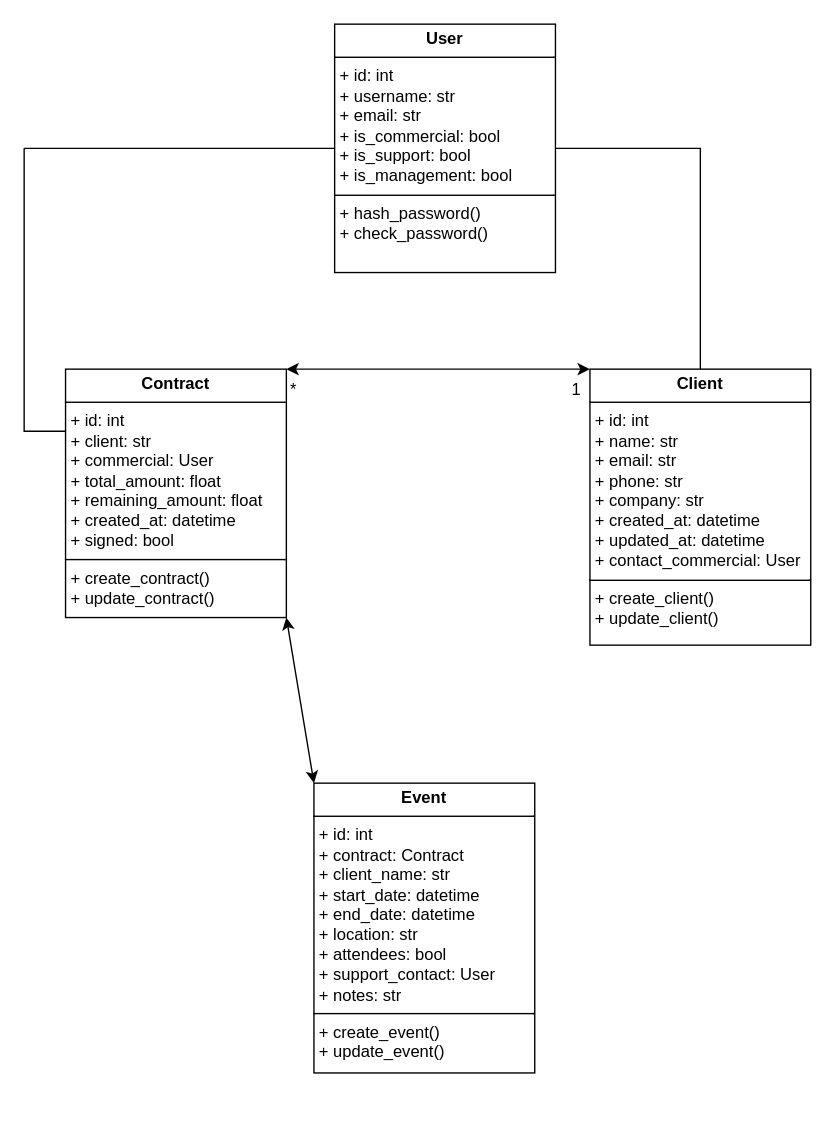
The draw.io diagram UML_Epic_Events.drawio in siwax74/P13_SECURE_MYSQL_EPIC_EVENTS, before the edit. Source tidied: cells renumbered, new cells numbered last; positions are measured from the earlier drawing's top-left corner, leaving out a move shared by most shapes. Both pictures are drawn from the tidied source at 138%, with x=0, y=0 at pixel (23, 23).
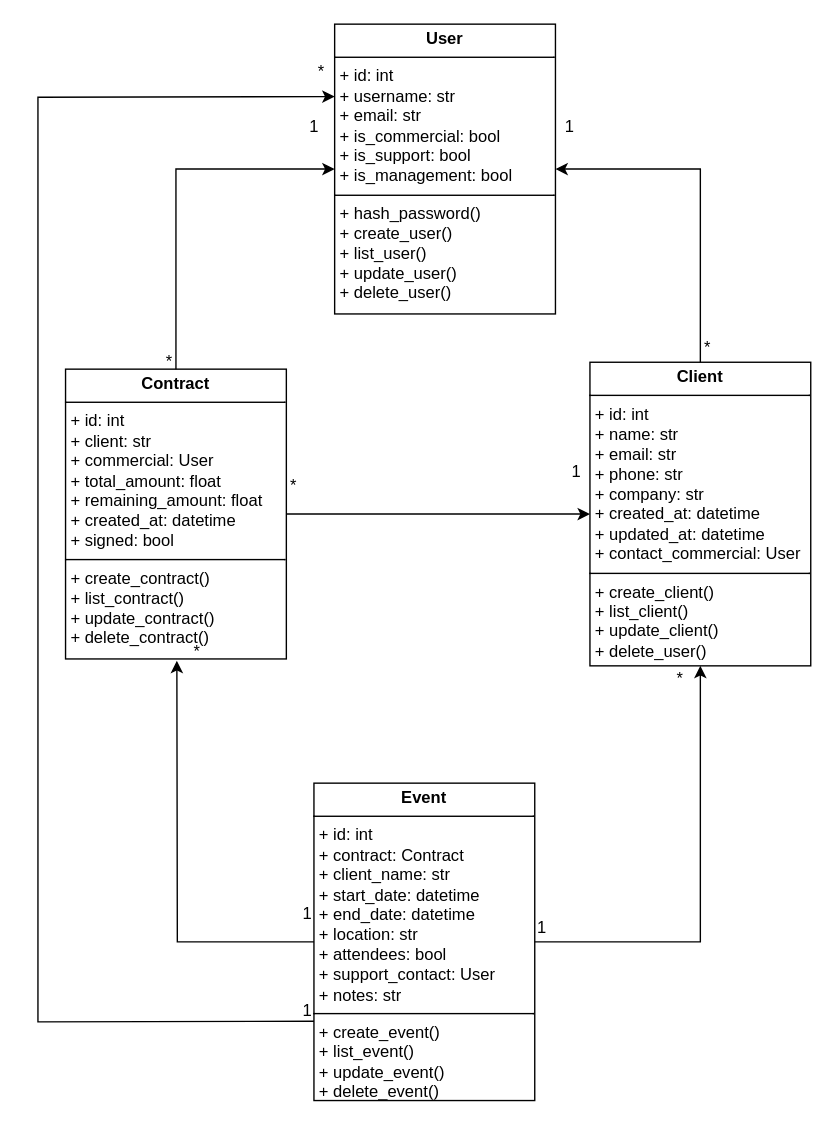
Above is the later version.

Change to the diagram source:
```diff
@@
-    <mxCell id="2" value="&lt;p style=&quot;margin:0px;margin-top:4px;text-align:center;&quot;&gt;&lt;b&gt;User&lt;/b&gt;&lt;/p&gt;&lt;hr size=&quot;1&quot; style=&quot;border-style:solid;&quot;&gt;&lt;p style=&quot;margin:0px;margin-left:4px;&quot;&gt;+ id: int&lt;/p&gt;&lt;p style=&quot;margin:0px;margin-left:4px;&quot;&gt;+ username: str&lt;/p&gt;&lt;p style=&quot;margin:0px;margin-left:4px;&quot;&gt;+ email: str&lt;/p&gt;&lt;p style=&quot;margin:0px;margin-left:4px;&quot;&gt;+ is_commercial: bool&lt;/p&gt;&lt;p style=&quot;margin:0px;margin-left:4px;&quot;&gt;+ is_support: bool&lt;/p&gt;&lt;p style=&quot;margin:0px;margin-left:4px;&quot;&gt;+ is_management: bool&lt;/p&gt;&lt;hr size=&quot;1&quot; style=&quot;border-style:solid;&quot;&gt;&lt;p style=&quot;margin:0px;margin-left:4px;&quot;&gt;+ hash_password()&lt;/p&gt;&lt;p style=&quot;margin:0px;margin-left:4px;&quot;&gt;+ check_password()&lt;/p&gt;" style="verticalAlign=top;align=left;overflow=fill;html=1;whiteSpace=wrap;" parent="1" vertex="1">
-      <mxGeometry x="225" width="160" height="180" as="geometry" />
+    <mxCell id="2" value="&lt;p style=&quot;margin:0px;margin-top:4px;text-align:center;&quot;&gt;&lt;b&gt;User&lt;/b&gt;&lt;/p&gt;&lt;hr size=&quot;1&quot; style=&quot;border-style:solid;&quot;&gt;&lt;p style=&quot;margin:0px;margin-left:4px;&quot;&gt;+ id: int&lt;/p&gt;&lt;p style=&quot;margin:0px;margin-left:4px;&quot;&gt;+ username: str&lt;/p&gt;&lt;p style=&quot;margin:0px;margin-left:4px;&quot;&gt;+ email: str&lt;/p&gt;&lt;p style=&quot;margin:0px;margin-left:4px;&quot;&gt;+ is_commercial: bool&lt;/p&gt;&lt;p style=&quot;margin:0px;margin-left:4px;&quot;&gt;+ is_support: bool&lt;/p&gt;&lt;p style=&quot;margin:0px;margin-left:4px;&quot;&gt;+ is_management: bool&lt;/p&gt;&lt;hr size=&quot;1&quot; style=&quot;border-style:solid;&quot;&gt;&lt;p style=&quot;margin:0px;margin-left:4px;&quot;&gt;+ hash_password()&lt;/p&gt;&lt;p style=&quot;margin:0px;margin-left:4px;&quot;&gt;+ create_user()&lt;/p&gt;&lt;p style=&quot;margin:0px;margin-left:4px;&quot;&gt;+ list_user()&lt;/p&gt;&lt;p style=&quot;margin:0px;margin-left:4px;&quot;&gt;+ update_user()&lt;/p&gt;&lt;p style=&quot;margin:0px;margin-left:4px;&quot;&gt;+ delete_user()&lt;/p&gt;" style="verticalAlign=top;align=left;overflow=fill;html=1;whiteSpace=wrap;" parent="1" vertex="1">
+      <mxGeometry x="225" width="160" height="210" as="geometry" />
     </mxCell>
-    <mxCell id="3" value="&lt;p style=&quot;margin:0px;margin-top:4px;text-align:center;&quot;&gt;&lt;b&gt;Client&lt;/b&gt;&lt;/p&gt;&lt;hr size=&quot;1&quot; style=&quot;border-style:solid;&quot;&gt;&lt;p style=&quot;margin:0px;margin-left:4px;&quot;&gt;+ id: int&lt;/p&gt;&lt;p style=&quot;margin:0px;margin-left:4px;&quot;&gt;+ name: str&lt;/p&gt;&lt;p style=&quot;margin:0px;margin-left:4px;&quot;&gt;+ email: str&lt;/p&gt;&lt;p style=&quot;margin:0px;margin-left:4px;&quot;&gt;+ phone: str&lt;/p&gt;&lt;p style=&quot;margin:0px;margin-left:4px;&quot;&gt;+ company: str&lt;/p&gt;&lt;p style=&quot;margin:0px;margin-left:4px;&quot;&gt;+ created_at: datetime&lt;/p&gt;&lt;p style=&quot;margin:0px;margin-left:4px;&quot;&gt;+ updated_at: datetime&lt;/p&gt;&lt;p style=&quot;margin:0px;margin-left:4px;&quot;&gt;+ contact_commercial: User&lt;/p&gt;&lt;hr size=&quot;1&quot; style=&quot;border-style:solid;&quot;&gt;&lt;p style=&quot;margin:0px;margin-left:4px;&quot;&gt;+ create_client()&lt;/p&gt;&lt;p style=&quot;margin:0px;margin-left:4px;&quot;&gt;+ update_client()&lt;/p&gt;" style="verticalAlign=top;align=left;overflow=fill;html=1;whiteSpace=wrap;" parent="1" vertex="1">
-      <mxGeometry x="410" y="250" width="160" height="200" as="geometry" />
+    <mxCell id="3" value="&lt;p style=&quot;margin:0px;margin-top:4px;text-align:center;&quot;&gt;&lt;b&gt;Client&lt;/b&gt;&lt;/p&gt;&lt;hr size=&quot;1&quot; style=&quot;border-style:solid;&quot;&gt;&lt;p style=&quot;margin:0px;margin-left:4px;&quot;&gt;+ id: int&lt;/p&gt;&lt;p style=&quot;margin:0px;margin-left:4px;&quot;&gt;+ name: str&lt;/p&gt;&lt;p style=&quot;margin:0px;margin-left:4px;&quot;&gt;+ email: str&lt;/p&gt;&lt;p style=&quot;margin:0px;margin-left:4px;&quot;&gt;+ phone: str&lt;/p&gt;&lt;p style=&quot;margin:0px;margin-left:4px;&quot;&gt;+ company: str&lt;/p&gt;&lt;p style=&quot;margin:0px;margin-left:4px;&quot;&gt;+ created_at: datetime&lt;/p&gt;&lt;p style=&quot;margin:0px;margin-left:4px;&quot;&gt;+ updated_at: datetime&lt;/p&gt;&lt;p style=&quot;margin:0px;margin-left:4px;&quot;&gt;+ contact_commercial: User&lt;/p&gt;&lt;hr size=&quot;1&quot; style=&quot;border-style:solid;&quot;&gt;&lt;p style=&quot;margin:0px;margin-left:4px;&quot;&gt;+ create_client()&lt;/p&gt;&lt;p style=&quot;margin:0px;margin-left:4px;&quot;&gt;+ list_client()&lt;/p&gt;&lt;p style=&quot;margin:0px;margin-left:4px;&quot;&gt;+ update_client()&lt;/p&gt;&lt;p style=&quot;margin:0px;margin-left:4px;&quot;&gt;+ delete_user()&lt;/p&gt;" style="verticalAlign=top;align=left;overflow=fill;html=1;whiteSpace=wrap;" parent="1" vertex="1">
+      <mxGeometry x="410" y="245" width="160" height="220" as="geometry" />
     </mxCell>
-    <mxCell id="4" value="&lt;p style=&quot;margin:0px;margin-top:4px;text-align:center;&quot;&gt;&lt;b&gt;Contract&lt;/b&gt;&lt;/p&gt;&lt;hr size=&quot;1&quot; style=&quot;border-style:solid;&quot;&gt;&lt;p style=&quot;margin:0px;margin-left:4px;&quot;&gt;+ id: int&lt;/p&gt;&lt;p style=&quot;margin:0px;margin-left:4px;&quot;&gt;+ client: str&lt;/p&gt;&lt;p style=&quot;margin:0px;margin-left:4px;&quot;&gt;+ commercial: User&lt;/p&gt;&lt;p style=&quot;margin:0px;margin-left:4px;&quot;&gt;+ total_amount: float&lt;/p&gt;&lt;p style=&quot;margin:0px;margin-left:4px;&quot;&gt;+ remaining_amount: float&lt;/p&gt;&lt;p style=&quot;margin:0px;margin-left:4px;&quot;&gt;+ created_at: datetime&lt;/p&gt;&lt;p style=&quot;margin:0px;margin-left:4px;&quot;&gt;+ signed: bool&lt;/p&gt;&lt;hr size=&quot;1&quot; style=&quot;border-style:solid;&quot;&gt;&lt;p style=&quot;margin:0px;margin-left:4px;&quot;&gt;+ create_contract()&lt;/p&gt;&lt;p style=&quot;margin:0px;margin-left:4px;&quot;&gt;+ update_contract()&lt;/p&gt;" style="verticalAlign=top;align=left;overflow=fill;html=1;whiteSpace=wrap;" parent="1" vertex="1">
-      <mxGeometry x="30" y="250" width="160" height="180" as="geometry" />
+    <mxCell id="4" value="&lt;p style=&quot;margin:0px;margin-top:4px;text-align:center;&quot;&gt;&lt;b&gt;Contract&lt;/b&gt;&lt;/p&gt;&lt;hr size=&quot;1&quot; style=&quot;border-style:solid;&quot;&gt;&lt;p style=&quot;margin:0px;margin-left:4px;&quot;&gt;+ id: int&lt;/p&gt;&lt;p style=&quot;margin:0px;margin-left:4px;&quot;&gt;+ client: str&lt;/p&gt;&lt;p style=&quot;margin:0px;margin-left:4px;&quot;&gt;+ commercial: User&lt;/p&gt;&lt;p style=&quot;margin:0px;margin-left:4px;&quot;&gt;+ total_amount: float&lt;/p&gt;&lt;p style=&quot;margin:0px;margin-left:4px;&quot;&gt;+ remaining_amount: float&lt;/p&gt;&lt;p style=&quot;margin:0px;margin-left:4px;&quot;&gt;+ created_at: datetime&lt;/p&gt;&lt;p style=&quot;margin:0px;margin-left:4px;&quot;&gt;+ signed: bool&lt;/p&gt;&lt;hr size=&quot;1&quot; style=&quot;border-style:solid;&quot;&gt;&lt;p style=&quot;margin:0px;margin-left:4px;&quot;&gt;+ create_contract()&lt;/p&gt;&lt;p style=&quot;margin:0px;margin-left:4px;&quot;&gt;+ list_contract()&lt;/p&gt;&lt;p style=&quot;margin:0px;margin-left:4px;&quot;&gt;+ update_contract()&lt;/p&gt;&lt;p style=&quot;margin:0px;margin-left:4px;&quot;&gt;+ delete_contract()&lt;/p&gt;" style="verticalAlign=top;align=left;overflow=fill;html=1;whiteSpace=wrap;" parent="1" vertex="1">
+      <mxGeometry x="30" y="250" width="160" height="210" as="geometry" />
     </mxCell>
-    <mxCell id="5" value="&lt;p style=&quot;margin:0px;margin-top:4px;text-align:center;&quot;&gt;&lt;b&gt;Event&lt;/b&gt;&lt;/p&gt;&lt;hr size=&quot;1&quot; style=&quot;border-style:solid;&quot;&gt;&lt;p style=&quot;margin:0px;margin-left:4px;&quot;&gt;+ id: int&lt;/p&gt;&lt;p style=&quot;margin:0px;margin-left:4px;&quot;&gt;+ contract: Contract&lt;/p&gt;&lt;p style=&quot;margin:0px;margin-left:4px;&quot;&gt;+ client_name: str&lt;/p&gt;&lt;p style=&quot;margin:0px;margin-left:4px;&quot;&gt;+ start_date: datetime&lt;/p&gt;&lt;p style=&quot;margin:0px;margin-left:4px;&quot;&gt;+ end_date: datetime&lt;/p&gt;&lt;p style=&quot;margin:0px;margin-left:4px;&quot;&gt;+ location: str&lt;/p&gt;&lt;p style=&quot;margin:0px;margin-left:4px;&quot;&gt;+ attendees: bool&lt;/p&gt;&lt;p style=&quot;margin:0px;margin-left:4px;&quot;&gt;+ support_contact: User&lt;/p&gt;&lt;p style=&quot;margin:0px;margin-left:4px;&quot;&gt;+ notes: str&lt;/p&gt;&lt;hr size=&quot;1&quot; style=&quot;border-style:solid;&quot;&gt;&lt;p style=&quot;margin:0px;margin-left:4px;&quot;&gt;+ create_event()&lt;/p&gt;&lt;p style=&quot;margin:0px;margin-left:4px;&quot;&gt;+ update_event()&lt;/p&gt;" style="verticalAlign=top;align=left;overflow=fill;html=1;whiteSpace=wrap;" parent="1" vertex="1">
-      <mxGeometry x="210" y="550" width="160" height="210" as="geometry" />
+    <mxCell id="5" value="&lt;p style=&quot;margin:0px;margin-top:4px;text-align:center;&quot;&gt;&lt;b&gt;Event&lt;/b&gt;&lt;/p&gt;&lt;hr size=&quot;1&quot; style=&quot;border-style:solid;&quot;&gt;&lt;p style=&quot;margin:0px;margin-left:4px;&quot;&gt;+ id: int&lt;/p&gt;&lt;p style=&quot;margin:0px;margin-left:4px;&quot;&gt;+ contract: Contract&lt;/p&gt;&lt;p style=&quot;margin:0px;margin-left:4px;&quot;&gt;+ client_name: str&lt;/p&gt;&lt;p style=&quot;margin:0px;margin-left:4px;&quot;&gt;+ start_date: datetime&lt;/p&gt;&lt;p style=&quot;margin:0px;margin-left:4px;&quot;&gt;+ end_date: datetime&lt;/p&gt;&lt;p style=&quot;margin:0px;margin-left:4px;&quot;&gt;+ location: str&lt;/p&gt;&lt;p style=&quot;margin:0px;margin-left:4px;&quot;&gt;+ attendees: bool&lt;/p&gt;&lt;p style=&quot;margin:0px;margin-left:4px;&quot;&gt;+ support_contact: User&lt;/p&gt;&lt;p style=&quot;margin:0px;margin-left:4px;&quot;&gt;+ notes: str&lt;/p&gt;&lt;hr size=&quot;1&quot; style=&quot;border-style:solid;&quot;&gt;&lt;p style=&quot;margin:0px;margin-left:4px;&quot;&gt;+ create_event()&lt;/p&gt;&lt;p style=&quot;margin:0px;margin-left:4px;&quot;&gt;+ list_event()&lt;/p&gt;&lt;p style=&quot;margin:0px;margin-left:4px;&quot;&gt;+ update_event()&lt;/p&gt;&lt;p style=&quot;margin:0px;margin-left:4px;&quot;&gt;+ delete_event()&lt;/p&gt;" style="verticalAlign=top;align=left;overflow=fill;html=1;whiteSpace=wrap;" parent="1" vertex="1">
+      <mxGeometry x="210" y="550" width="160" height="230" as="geometry" />
     </mxCell>
-    <mxCell id="6" style="endArrow=classic;startArrow=classic;html=1;rounded=0;exitX=1;exitY=0;exitDx=0;exitDy=0;entryX=0;entryY=0;entryDx=0;entryDy=0;" parent="1" edge="1" source="4" target="3">
-      <mxGeometry relative="1" as="geometry" />
-    </mxCell>
     <mxCell id="7" value="1" style="text;html=1;align=center;verticalAlign=middle;strokeColor=none;fillColor=none;" parent="1" vertex="1">
-      <mxGeometry x="385" y="250" width="30" height="30" as="geometry" />
+      <mxGeometry x="385" y="310" width="30" height="30" as="geometry" />
     </mxCell>
     <mxCell id="8" value="*" style="text;html=1;align=center;verticalAlign=middle;strokeColor=none;fillColor=none;" parent="1" vertex="1">
-      <mxGeometry x="180" y="250" width="30" height="30" as="geometry" />
+      <mxGeometry x="180" y="320" width="30" height="30" as="geometry" />
     </mxCell>
-    <mxCell id="9" style="endArrow=classic;startArrow=classic;html=1;rounded=0;exitX=0;exitY=0;exitDx=0;exitDy=0;entryX=1;entryY=1;entryDx=0;entryDy=0;" parent="1" edge="1" source="5" target="4">
-      <mxGeometry relative="1" as="geometry" />
-    </mxCell>
-    <mxCell id="10" style="endArrow=none;html=1;rounded=0;entryX=0;entryY=0.5;entryDx=0;entryDy=0;" parent="1" edge="1" target="2">
-      <mxGeometry relative="1" as="geometry">
-        <mxPoint y="90" as="sourcePoint" />
-      </mxGeometry>
-    </mxCell>
-    <mxCell id="11" style="endArrow=none;html=1;rounded=0;entryX=0;entryY=0.25;entryDx=0;entryDy=0;" parent="1" edge="1" target="4">
-      <mxGeometry relative="1" as="geometry">
-        <mxPoint y="90" as="sourcePoint" />
-        <Array as="points">
-          <mxPoint y="230" />
-          <mxPoint y="295" />
-        </Array>
-      </mxGeometry>
-    </mxCell>
-    <mxCell id="12" style="endArrow=none;html=1;rounded=0;entryX=0.5;entryY=0;entryDx=0;entryDy=0;exitX=1;exitY=0.5;exitDx=0;exitDy=0;" parent="1" edge="1" source="2" target="3">
-      <mxGeometry relative="1" as="geometry">
-        <Array as="points">
-          <mxPoint x="490" y="90" />
-        </Array>
-      </mxGeometry>
-    </mxCell>
+    <mxCell id="13" style="endArrow=classic;html=1;rounded=0;entryX=1;entryY=0.5;entryDx=0;entryDy=0;exitX=0.5;exitY=0;exitDx=0;exitDy=0;" parent="1" edge="1" source="3" target="2">
+      <mxGeometry relative="1" as="geometry">
+        <Array as="points">
+          <mxPoint x="490" y="105" />
+        </Array>
+      </mxGeometry>
+    </mxCell>
+    <mxCell id="14" style="endArrow=classic;html=1;rounded=0;entryX=0;entryY=0.5;entryDx=0;entryDy=0;exitX=0.5;exitY=0;exitDx=0;exitDy=0;" parent="1" edge="1" source="4" target="2">
+      <mxGeometry relative="1" as="geometry">
+        <Array as="points">
+          <mxPoint x="110" y="105" />
+        </Array>
+      </mxGeometry>
+    </mxCell>
+    <mxCell id="6" style="endArrow=classic;html=1;rounded=0;exitX=1;exitY=0.5;exitDx=0;exitDy=0;entryX=0;entryY=0.5;entryDx=0;entryDy=0;" parent="1" edge="1" source="4" target="3">
+      <mxGeometry relative="1" as="geometry" />
+    </mxCell>
+    <mxCell id="15" value="*" style="text;html=1;align=center;verticalAlign=middle;strokeColor=none;fillColor=none;" parent="1" vertex="1">
+      <mxGeometry x="90" y="230" width="30" height="30" as="geometry" />
+    </mxCell>
+    <mxCell id="16" value="1" style="text;html=1;align=center;verticalAlign=middle;strokeColor=none;fillColor=none;" parent="1" vertex="1">
+      <mxGeometry x="195" y="60" width="30" height="30" as="geometry" />
+    </mxCell>
+    <mxCell id="17" style="endArrow=classic;html=1;rounded=0;entryX=0.5;entryY=1;entryDx=0;entryDy=0;exitX=1;exitY=0.5;exitDx=0;exitDy=0;" parent="1" edge="1" source="5" target="3">
+      <mxGeometry relative="1" as="geometry">
+        <Array as="points">
+          <mxPoint x="490" y="665" />
+        </Array>
+      </mxGeometry>
+    </mxCell>
+    <mxCell id="18" style="endArrow=classic;html=1;rounded=0;exitX=0;exitY=0.5;exitDx=0;exitDy=0;entryX=0.022;entryY=0.711;entryDx=0;entryDy=0;entryPerimeter=0;" parent="1" edge="1" source="5" target="21">
+      <mxGeometry relative="1" as="geometry">
+        <Array as="points">
+          <mxPoint x="111" y="665" />
+        </Array>
+      </mxGeometry>
+    </mxCell>
+    <mxCell id="19" style="endArrow=classic;html=1;rounded=0;exitX=0;exitY=0.75;exitDx=0;exitDy=0;entryX=0;entryY=0.25;entryDx=0;entryDy=0;" parent="1" edge="1" source="5" target="2">
+      <mxGeometry relative="1" as="geometry">
+        <Array as="points">
+          <mxPoint x="10" y="723" />
+          <mxPoint x="10" y="53" />
+        </Array>
+      </mxGeometry>
+    </mxCell>
+    <mxCell id="20" value="1" style="text;html=1;align=center;verticalAlign=middle;strokeColor=none;fillColor=none;" parent="1" vertex="1">
+      <mxGeometry x="190" y="630" width="30" height="30" as="geometry" />
+    </mxCell>
+    <mxCell id="21" value="*" style="text;html=1;align=center;verticalAlign=middle;points=[];strokeColor=none;fillColor=none;" parent="1" vertex="1">
+      <mxGeometry x="110" y="440" width="30" height="30" as="geometry" />
+    </mxCell>
+    <mxCell id="22" value="*" style="text;html=1;align=center;verticalAlign=middle;strokeColor=none;fillColor=none;" parent="1" vertex="1">
+      <mxGeometry x="460" y="460" width="30" height="30" as="geometry" />
+    </mxCell>
+    <mxCell id="23" value="1" style="text;html=1;align=center;verticalAlign=middle;strokeColor=none;fillColor=none;" parent="1" vertex="1">
+      <mxGeometry x="360" y="640" width="30" height="30" as="geometry" />
+    </mxCell>
+    <mxCell id="24" value="1" style="text;html=1;align=center;verticalAlign=middle;strokeColor=none;fillColor=none;" parent="1" vertex="1">
+      <mxGeometry x="190" y="700" width="30" height="30" as="geometry" />
+    </mxCell>
+    <mxCell id="25" value="*" style="text;html=1;align=center;verticalAlign=middle;strokeColor=none;fillColor=none;" parent="1" vertex="1">
+      <mxGeometry x="200" y="20" width="30" height="30" as="geometry" />
+    </mxCell>
+    <mxCell id="26" value="1" style="text;html=1;align=center;verticalAlign=middle;strokeColor=none;fillColor=none;" parent="1" vertex="1">
+      <mxGeometry x="380" y="60" width="30" height="30" as="geometry" />
+    </mxCell>
+    <mxCell id="27" value="*" style="text;html=1;align=center;verticalAlign=middle;strokeColor=none;fillColor=none;" parent="1" vertex="1">
+      <mxGeometry x="480" y="220" width="30" height="30" as="geometry" />
+    </mxCell>
```
